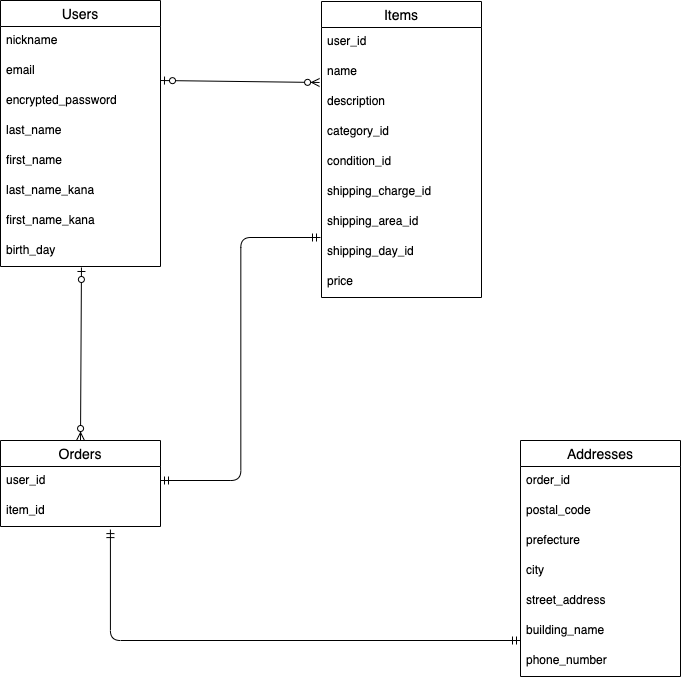
Above: furima.png in warawarakid/furima-39153 (draw.io), before the change. Source tidied: cells renumbered, new cells last; positions are measured from the earlier drawing's top-left corner, leaving out a move shared by most shapes. Its diagram source:
```xml
<mxGraphModel>
  <root>
    <mxCell id="0" />
    <mxCell id="1" parent="0" />
    <mxCell id="2" value="Users" style="swimlane;fontStyle=0;horizontal=1;startSize=26;align=center;fontSize=14;" parent="1" vertex="1">
      <mxGeometry width="160" height="266" as="geometry" />
    </mxCell>
    <mxCell id="3" value="nickname" style="text;strokeColor=none;fillColor=none;spacingLeft=4;spacingRight=4;overflow=hidden;fontSize=12;" parent="2" vertex="1">
      <mxGeometry y="26" width="160" height="30" as="geometry" />
    </mxCell>
    <mxCell id="4" value="email" style="text;strokeColor=none;fillColor=none;spacingLeft=4;spacingRight=4;overflow=hidden;fontSize=12;" parent="2" vertex="1">
      <mxGeometry y="56" width="160" height="30" as="geometry" />
    </mxCell>
    <mxCell id="5" value="encrypted_password" style="text;strokeColor=none;fillColor=none;spacingLeft=4;spacingRight=4;overflow=hidden;fontSize=12;" parent="2" vertex="1">
      <mxGeometry y="86" width="160" height="30" as="geometry" />
    </mxCell>
    <mxCell id="6" value="last_name" style="text;strokeColor=none;fillColor=none;spacingLeft=4;spacingRight=4;overflow=hidden;fontSize=12;" parent="2" vertex="1">
      <mxGeometry y="116" width="160" height="30" as="geometry" />
    </mxCell>
    <mxCell id="7" value="first_name" style="text;strokeColor=none;fillColor=none;spacingLeft=4;spacingRight=4;overflow=hidden;fontSize=12;" parent="2" vertex="1">
      <mxGeometry y="146" width="160" height="30" as="geometry" />
    </mxCell>
    <mxCell id="8" value="last_name_kana" style="text;strokeColor=none;fillColor=none;spacingLeft=4;spacingRight=4;overflow=hidden;fontSize=12;" parent="2" vertex="1">
      <mxGeometry y="176" width="160" height="30" as="geometry" />
    </mxCell>
    <mxCell id="9" value="first_name_kana" style="text;strokeColor=none;fillColor=none;spacingLeft=4;spacingRight=4;overflow=hidden;fontSize=12;" parent="2" vertex="1">
      <mxGeometry y="206" width="160" height="30" as="geometry" />
    </mxCell>
    <mxCell id="10" value="birth_day" style="text;strokeColor=none;fillColor=none;spacingLeft=4;spacingRight=4;overflow=hidden;points=[[0,0.5],[1,0.5]];portConstraint=eastwest;fontSize=12;" parent="2" vertex="1">
      <mxGeometry y="236" width="160" height="30" as="geometry" />
    </mxCell>
    <mxCell id="11" value="Items" style="swimlane;fontStyle=0;horizontal=1;startSize=26;align=center;fontSize=14;" parent="1" vertex="1">
      <mxGeometry x="321" y="1" width="160" height="296" as="geometry" />
    </mxCell>
    <mxCell id="12" value="user_id" style="text;strokeColor=none;fillColor=none;spacingLeft=4;spacingRight=4;overflow=hidden;fontSize=12;" parent="11" vertex="1">
      <mxGeometry y="26" width="160" height="30" as="geometry" />
    </mxCell>
    <mxCell id="13" value="name" style="text;strokeColor=none;fillColor=none;spacingLeft=4;spacingRight=4;overflow=hidden;fontSize=12;" parent="11" vertex="1">
      <mxGeometry y="56" width="160" height="30" as="geometry" />
    </mxCell>
    <mxCell id="14" value="description&#10;&#10;" style="text;strokeColor=none;fillColor=none;spacingLeft=4;spacingRight=4;overflow=hidden;fontSize=12;" parent="11" vertex="1">
      <mxGeometry y="86" width="160" height="30" as="geometry" />
    </mxCell>
    <mxCell id="15" value="category_id" style="text;strokeColor=none;fillColor=none;spacingLeft=4;spacingRight=4;overflow=hidden;fontSize=12;" parent="11" vertex="1">
      <mxGeometry y="116" width="160" height="30" as="geometry" />
    </mxCell>
    <mxCell id="16" value="condition_id&#10;&#10;&#10;" style="text;strokeColor=none;fillColor=none;spacingLeft=4;spacingRight=4;overflow=hidden;fontSize=12;" parent="11" vertex="1">
      <mxGeometry y="146" width="160" height="30" as="geometry" />
    </mxCell>
    <mxCell id="17" value="shipping_charge_id" style="text;strokeColor=none;fillColor=none;spacingLeft=4;spacingRight=4;overflow=hidden;fontSize=12;" parent="11" vertex="1">
      <mxGeometry y="176" width="160" height="30" as="geometry" />
    </mxCell>
    <mxCell id="18" value="shipping_area_id" style="text;strokeColor=none;fillColor=none;spacingLeft=4;spacingRight=4;overflow=hidden;fontSize=12;" parent="11" vertex="1">
      <mxGeometry y="206" width="160" height="30" as="geometry" />
    </mxCell>
    <mxCell id="19" value="shipping_day_id" style="text;strokeColor=none;fillColor=none;spacingLeft=4;spacingRight=4;overflow=hidden;fontSize=12;" parent="11" vertex="1">
      <mxGeometry y="236" width="160" height="30" as="geometry" />
    </mxCell>
    <mxCell id="20" value="price" style="text;strokeColor=none;fillColor=none;spacingLeft=4;spacingRight=4;overflow=hidden;fontSize=12;" parent="11" vertex="1">
      <mxGeometry y="266" width="160" height="30" as="geometry" />
    </mxCell>
    <mxCell id="21" style="fontSize=12;html=1;endArrow=ERzeroToMany;startArrow=ERzeroToOne;entryX=-0.012;entryY=0.833;entryDx=0;entryDy=0;entryPerimeter=0;" parent="1" edge="1">
      <mxGeometry relative="1" as="geometry">
        <mxPoint x="160" y="80" as="sourcePoint" />
        <mxPoint x="319.1" y="82" as="targetPoint" />
      </mxGeometry>
    </mxCell>
    <mxCell id="22" value="Orders" style="swimlane;fontStyle=0;horizontal=1;startSize=26;align=center;fontSize=14;" parent="1" vertex="1">
      <mxGeometry y="440" width="160" height="86" as="geometry" />
    </mxCell>
    <mxCell id="23" value="user_id" style="text;strokeColor=none;fillColor=none;spacingLeft=4;spacingRight=4;overflow=hidden;fontSize=12;" parent="22" vertex="1">
      <mxGeometry y="26" width="160" height="30" as="geometry" />
    </mxCell>
    <mxCell id="24" value="item_id" style="text;strokeColor=none;fillColor=none;spacingLeft=4;spacingRight=4;overflow=hidden;points=[[0,0.5],[1,0.5]];portConstraint=eastwest;fontSize=12;" parent="22" vertex="1">
      <mxGeometry y="56" width="160" height="30" as="geometry" />
    </mxCell>
    <mxCell id="25" value="Addresses" style="swimlane;fontStyle=0;horizontal=1;startSize=26;align=center;fontSize=14;" parent="1" vertex="1">
      <mxGeometry x="520" y="440" width="160" height="236" as="geometry" />
    </mxCell>
    <mxCell id="26" value="order_id" style="text;strokeColor=none;fillColor=none;spacingLeft=4;spacingRight=4;overflow=hidden;fontSize=12;" parent="25" vertex="1">
      <mxGeometry y="26" width="160" height="30" as="geometry" />
    </mxCell>
    <mxCell id="27" value="postal_code" style="text;strokeColor=none;fillColor=none;spacingLeft=4;spacingRight=4;overflow=hidden;fontSize=12;" parent="25" vertex="1">
      <mxGeometry y="56" width="160" height="30" as="geometry" />
    </mxCell>
    <mxCell id="28" value="prefecture" style="text;strokeColor=none;fillColor=none;spacingLeft=4;spacingRight=4;overflow=hidden;fontSize=12;" parent="25" vertex="1">
      <mxGeometry y="86" width="160" height="30" as="geometry" />
    </mxCell>
    <mxCell id="29" value="city" style="text;strokeColor=none;fillColor=none;spacingLeft=4;spacingRight=4;overflow=hidden;fontSize=12;" parent="25" vertex="1">
      <mxGeometry y="116" width="160" height="30" as="geometry" />
    </mxCell>
    <mxCell id="30" value="street_address" style="text;strokeColor=none;fillColor=none;spacingLeft=4;spacingRight=4;overflow=hidden;fontSize=12;" parent="25" vertex="1">
      <mxGeometry y="146" width="160" height="30" as="geometry" />
    </mxCell>
    <mxCell id="31" value="building_name" style="text;strokeColor=none;fillColor=none;spacingLeft=4;spacingRight=4;overflow=hidden;fontSize=12;" parent="25" vertex="1">
      <mxGeometry y="176" width="160" height="30" as="geometry" />
    </mxCell>
    <mxCell id="32" value="phone_number" style="text;strokeColor=none;fillColor=none;spacingLeft=4;spacingRight=4;overflow=hidden;fontSize=12;" parent="25" vertex="1">
      <mxGeometry y="206" width="160" height="30" as="geometry" />
    </mxCell>
    <mxCell id="33" style="fontSize=12;html=1;endArrow=ERzeroToMany;startArrow=ERzeroToOne;entryX=0.5;entryY=0;entryDx=0;entryDy=0;exitX=0.506;exitY=1.033;exitDx=0;exitDy=0;exitPerimeter=0;" parent="1" edge="1" source="10" target="22">
      <mxGeometry relative="1" as="geometry" />
    </mxCell>
    <mxCell id="34" style="edgeStyle=elbowEdgeStyle;fontSize=12;html=1;endArrow=ERmandOne;startArrow=ERmandOne;exitX=0.687;exitY=1.103;exitDx=0;exitDy=0;exitPerimeter=0;elbow=vertical;" parent="1" edge="1" source="24">
      <mxGeometry relative="1" as="geometry">
        <mxPoint x="520" y="640" as="targetPoint" />
        <Array as="points">
          <mxPoint x="290" y="640" />
        </Array>
      </mxGeometry>
    </mxCell>
    <mxCell id="35" style="edgeStyle=elbowEdgeStyle;fontSize=12;html=1;endArrow=ERmandOne;startArrow=ERmandOne;" parent="1" edge="1">
      <mxGeometry relative="1" as="geometry">
        <mxPoint x="160" y="480" as="sourcePoint" />
        <mxPoint x="320" y="237" as="targetPoint" />
      </mxGeometry>
    </mxCell>
  </root>
</mxGraphModel>
```
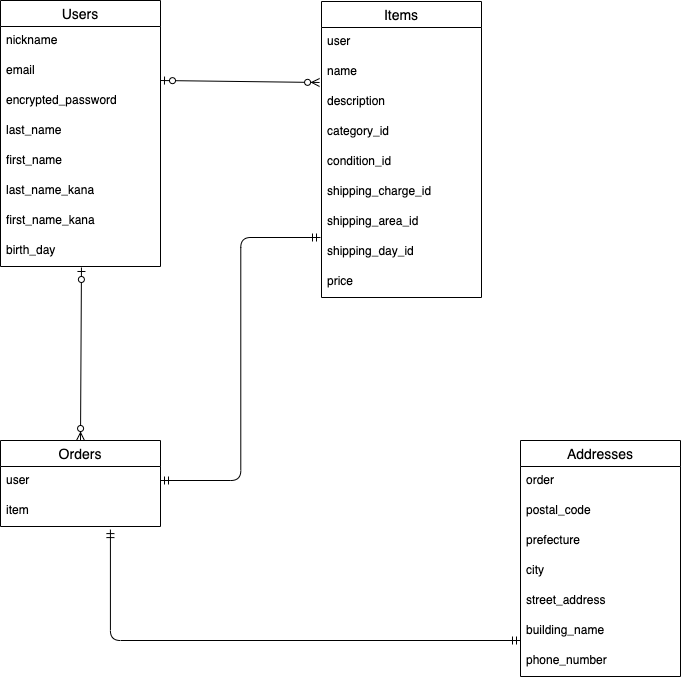
After the change.

Change to the diagram source:
```diff
@@ -32,7 +32,7 @@
     <mxCell id="11" value="Items" style="swimlane;fontStyle=0;horizontal=1;startSize=26;align=center;fontSize=14;" parent="1" vertex="1">
       <mxGeometry x="321" y="1" width="160" height="296" as="geometry" />
     </mxCell>
-    <mxCell id="12" value="user_id" style="text;strokeColor=none;fillColor=none;spacingLeft=4;spacingRight=4;overflow=hidden;fontSize=12;" parent="11" vertex="1">
+    <mxCell id="12" value="user" style="text;strokeColor=none;fillColor=none;spacingLeft=4;spacingRight=4;overflow=hidden;fontSize=12;" parent="11" vertex="1">
       <mxGeometry y="26" width="160" height="30" as="geometry" />
     </mxCell>
     <mxCell id="13" value="name" style="text;strokeColor=none;fillColor=none;spacingLeft=4;spacingRight=4;overflow=hidden;fontSize=12;" parent="11" vertex="1">
@@ -68,16 +68,16 @@
     <mxCell id="22" value="Orders" style="swimlane;fontStyle=0;horizontal=1;startSize=26;align=center;fontSize=14;" parent="1" vertex="1">
       <mxGeometry y="440" width="160" height="86" as="geometry" />
     </mxCell>
-    <mxCell id="23" value="user_id" style="text;strokeColor=none;fillColor=none;spacingLeft=4;spacingRight=4;overflow=hidden;fontSize=12;" parent="22" vertex="1">
+    <mxCell id="23" value="user" style="text;strokeColor=none;fillColor=none;spacingLeft=4;spacingRight=4;overflow=hidden;fontSize=12;" parent="22" vertex="1">
       <mxGeometry y="26" width="160" height="30" as="geometry" />
     </mxCell>
-    <mxCell id="24" value="item_id" style="text;strokeColor=none;fillColor=none;spacingLeft=4;spacingRight=4;overflow=hidden;points=[[0,0.5],[1,0.5]];portConstraint=eastwest;fontSize=12;" parent="22" vertex="1">
+    <mxCell id="24" value="item" style="text;strokeColor=none;fillColor=none;spacingLeft=4;spacingRight=4;overflow=hidden;points=[[0,0.5],[1,0.5]];portConstraint=eastwest;fontSize=12;" parent="22" vertex="1">
       <mxGeometry y="56" width="160" height="30" as="geometry" />
     </mxCell>
     <mxCell id="25" value="Addresses" style="swimlane;fontStyle=0;horizontal=1;startSize=26;align=center;fontSize=14;" parent="1" vertex="1">
       <mxGeometry x="520" y="440" width="160" height="236" as="geometry" />
     </mxCell>
-    <mxCell id="26" value="order_id" style="text;strokeColor=none;fillColor=none;spacingLeft=4;spacingRight=4;overflow=hidden;fontSize=12;" parent="25" vertex="1">
+    <mxCell id="26" value="order" style="text;strokeColor=none;fillColor=none;spacingLeft=4;spacingRight=4;overflow=hidden;fontSize=12;" parent="25" vertex="1">
       <mxGeometry y="26" width="160" height="30" as="geometry" />
     </mxCell>
     <mxCell id="27" value="postal_code" style="text;strokeColor=none;fillColor=none;spacingLeft=4;spacingRight=4;overflow=hidden;fontSize=12;" parent="25" vertex="1">
```
